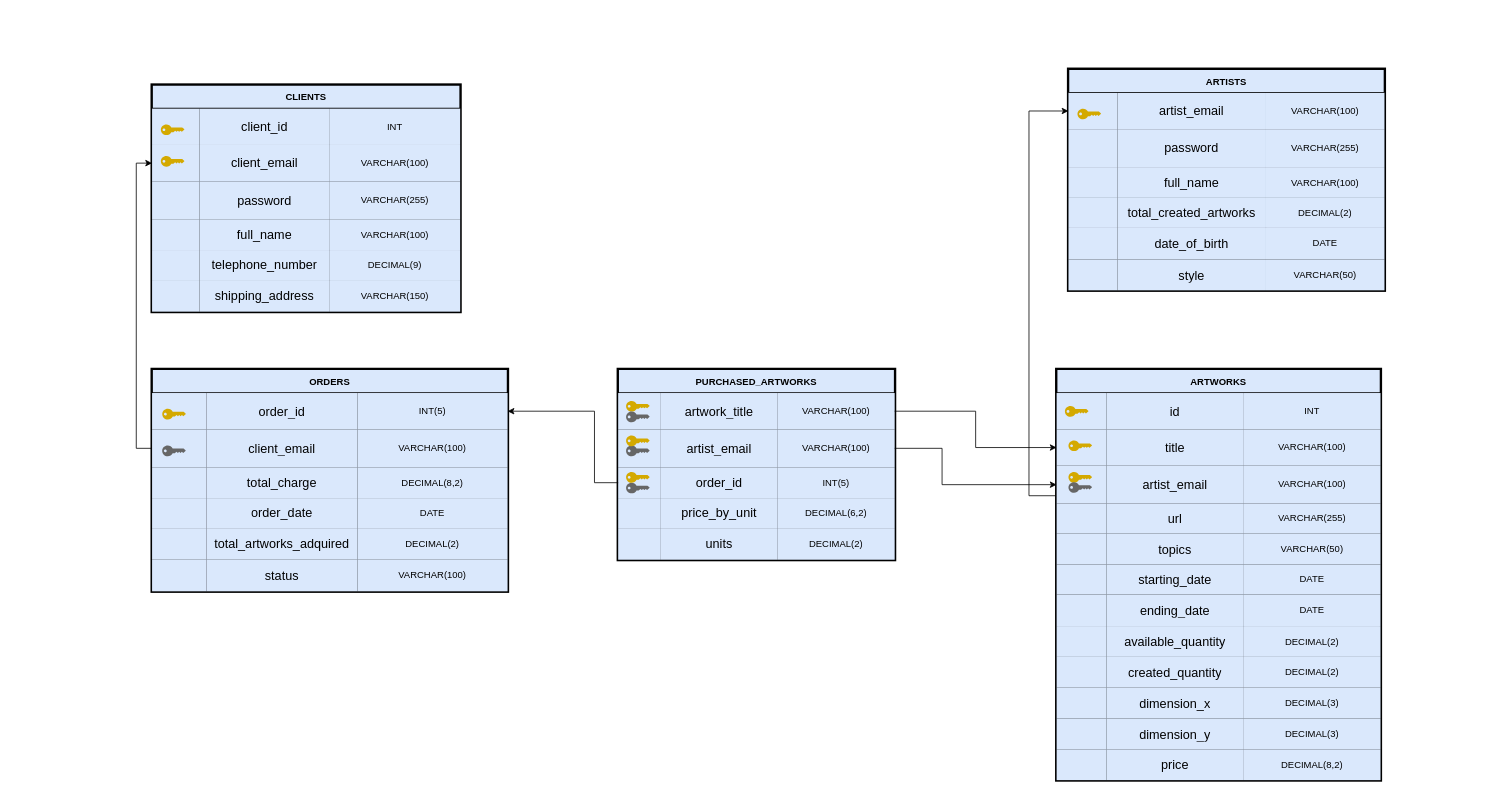
GaelCodes/Ecommerce-Leonard-Devinch keeps this draw.io diagram as documentación/documentación del producto/documentación del sistema/documentación diseño/diagrama modelo relacional.drawio. Above is the earlier version. Source tidied: cells renumbered, new cells numbered last; positions are measured from the earlier drawing's top-left corner, leaving out a move shared by most shapes. Both pictures are drawn from the tidied source at 79%, with x=0, y=0 at pixel (13, 13).
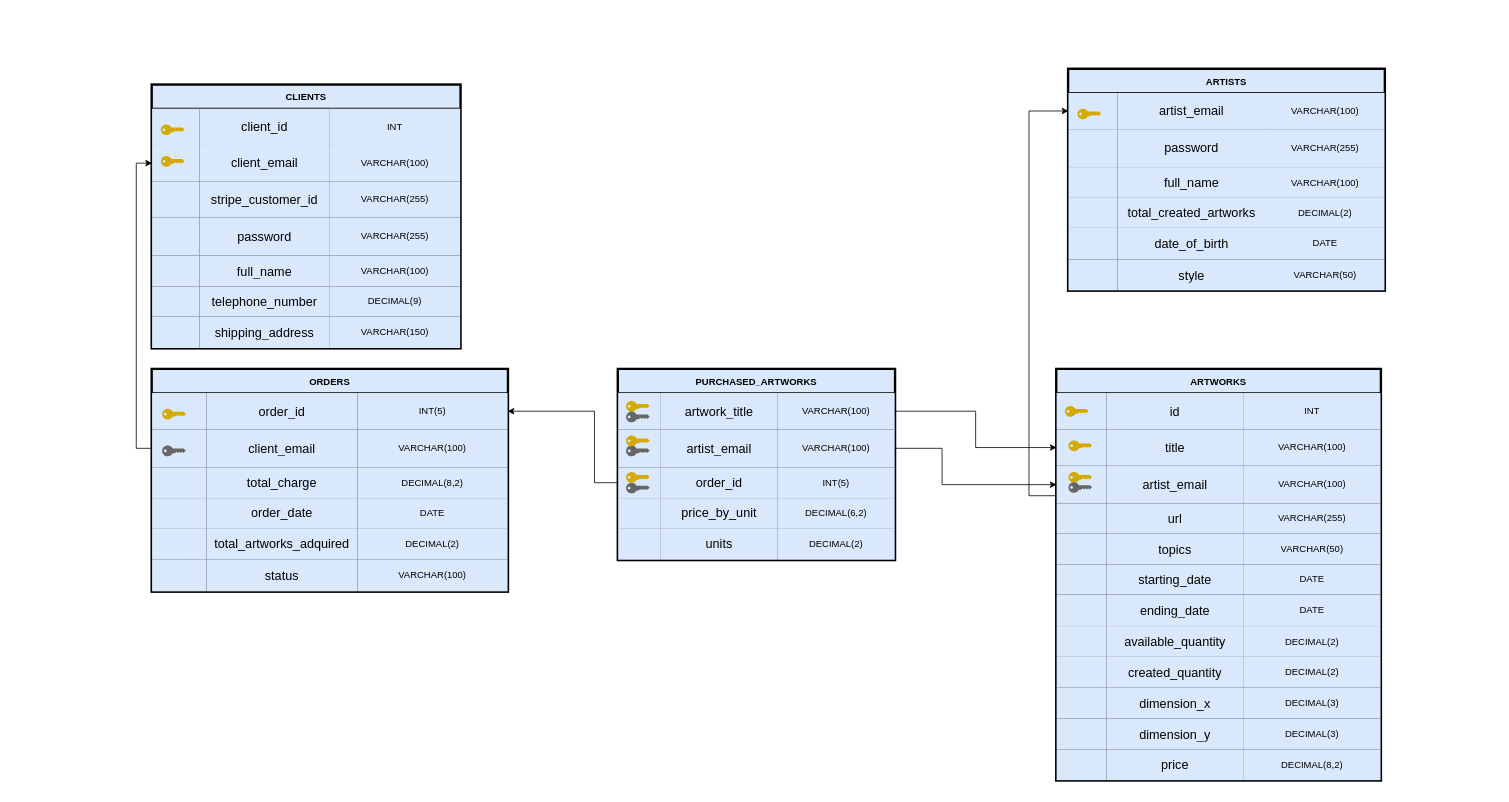
Above is the later version.

Commit message (it also covers changes not shown here):
Actualización diseño de BBDD para integrar con Stripe

The edit, as a diff of the source:
```diff
@@
-    <mxCell id="147" style="group;strokeColor=default;strokeWidth=4;" parent="1" vertex="1">
-      <mxGeometry x="175" y="90" width="390" height="287" as="geometry" />
-    </mxCell>
+    <mxCell id="175" style="group;strokeColor=default;strokeWidth=4;" parent="1" vertex="1">
+      <mxGeometry x="175" y="90" width="390" height="333" as="geometry" />
+    </mxCell>
-    <mxCell id="148" value="CLIENTS" style="shape=table;startSize=30;childLayout=tableLayout;fontStyle=1;align=center;fillColor=#dae8fc;strokeColor=#000000;swimlaneLine=1;strokeWidth=2;" parent="147" vertex="1">
-      <mxGeometry width="390" height="287" as="geometry" />
+    <mxCell id="148" value="CLIENTS" style="shape=table;startSize=30;childLayout=tableLayout;fontStyle=1;align=center;fillColor=#dae8fc;strokeColor=#000000;swimlaneLine=1;strokeWidth=2;" parent="175" vertex="1">
+      <mxGeometry width="390" height="333" as="geometry" />
     </mxCell>
@@
+    <mxCell id="176" style="shape=partialRectangle;html=1;whiteSpace=wrap;fillColor=none;top=0;left=0;bottom=0;right=0;fontColor=#000000;" parent="148" vertex="1">
+      <mxGeometry y="122" width="390" height="46" as="geometry" />
+    </mxCell>
+    <mxCell id="177" style="shape=partialRectangle;html=1;whiteSpace=wrap;fillColor=#dae8fc;top=0;left=0;bottom=0;right=0;overflow=hidden;strokeColor=#6c8ebf;strokeWidth=0;sketch=0;perimeterSpacing=0;" parent="176" vertex="1">
+      <mxGeometry width="60" height="46" as="geometry" />
+    </mxCell>
+    <mxCell id="178" value="stripe_customer_id" style="shape=partialRectangle;html=1;whiteSpace=wrap;fillColor=#dae8fc;top=0;left=0;bottom=0;right=0;overflow=hidden;strokeColor=#6c8ebf;strokeWidth=0;sketch=0;perimeterSpacing=0;fontSize=16;" parent="176" vertex="1">
+      <mxGeometry x="60" width="165" height="46" as="geometry" />
+    </mxCell>
+    <mxCell id="179" value="&lt;span&gt;VARCHAR(255)&lt;/span&gt;" style="shape=partialRectangle;html=1;whiteSpace=wrap;fillColor=#dae8fc;top=0;left=0;bottom=0;right=0;overflow=hidden;strokeColor=#6c8ebf;strokeWidth=0;sketch=0;perimeterSpacing=0;" parent="176" vertex="1">
+      <mxGeometry x="225" width="165" height="46" as="geometry" />
+    </mxCell>
     <mxCell id="157" style="shape=partialRectangle;html=1;whiteSpace=wrap;fillColor=none;top=0;left=0;bottom=0;right=0;fontColor=#000000;" parent="148" vertex="1">
-      <mxGeometry y="122" width="390" height="48" as="geometry" />
+      <mxGeometry y="168" width="390" height="48" as="geometry" />
     </mxCell>
@@
     <mxCell id="161" style="shape=partialRectangle;html=1;whiteSpace=wrap;fillColor=none;top=0;left=0;bottom=0;right=0;fontColor=#000000;" parent="148" vertex="1">
-      <mxGeometry y="170" width="390" height="39" as="geometry" />
+      <mxGeometry y="216" width="390" height="39" as="geometry" />
     </mxCell>
@@
     <mxCell id="165" style="shape=partialRectangle;html=1;whiteSpace=wrap;fillColor=none;top=0;left=0;bottom=0;right=0;fontColor=#000000;" parent="148" vertex="1">
-      <mxGeometry y="209" width="390" height="38" as="geometry" />
+      <mxGeometry y="255" width="390" height="38" as="geometry" />
     </mxCell>
@@
     <mxCell id="169" style="shape=partialRectangle;html=1;whiteSpace=wrap;fillColor=none;top=0;left=0;bottom=0;right=0;fontColor=#000000;" parent="148" vertex="1">
-      <mxGeometry y="247" width="390" height="40" as="geometry" />
+      <mxGeometry y="293" width="390" height="40" as="geometry" />
     </mxCell>
@@
-    <mxCell id="173" style="verticalLabelPosition=bottom;sketch=0;html=1;verticalAlign=top;align=center;shape=mxgraph.cisco19.key;fillColor=#D4A900;strokeColor=none;dashed=1;dashPattern=1 2;" parent="147" vertex="1">
+    <mxCell id="173" style="verticalLabelPosition=bottom;sketch=0;html=1;verticalAlign=top;align=center;shape=mxgraph.cisco19.key;fillColor=#D4A900;strokeColor=none;dashed=1;dashPattern=1 2;" parent="175" vertex="1">
       <mxGeometry x="11.1" y="50" width="29.9" height="13.5" as="geometry" />
     </mxCell>
-    <mxCell id="174" style="verticalLabelPosition=bottom;sketch=0;html=1;verticalAlign=top;align=center;shape=mxgraph.cisco19.key;fillColor=#D4A900;strokeColor=none;dashed=1;dashPattern=1 2;" parent="147" vertex="1">
+    <mxCell id="174" style="verticalLabelPosition=bottom;sketch=0;html=1;verticalAlign=top;align=center;shape=mxgraph.cisco19.key;fillColor=#D4A900;strokeColor=none;dashed=1;dashPattern=1 2;" parent="175" vertex="1">
       <mxGeometry x="11.1" y="90" width="29.9" height="13.5" as="geometry" />
     </mxCell>
```
